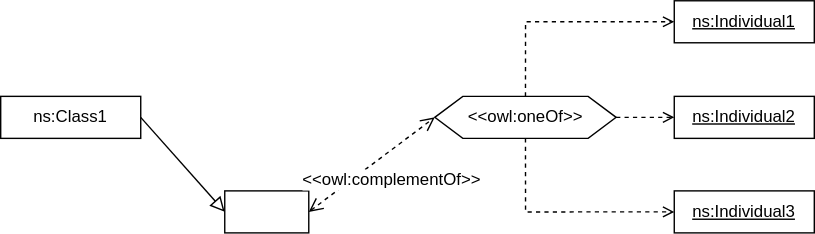
oeg-upm/chowlk_spec keeps this draw.io diagram as images/complement_enumeration.svg. Above is the earlier version. Source tidied: cells renumbered, new cells last; positions are measured from the earlier drawing's top-left corner, leaving out a move shared by most shapes.
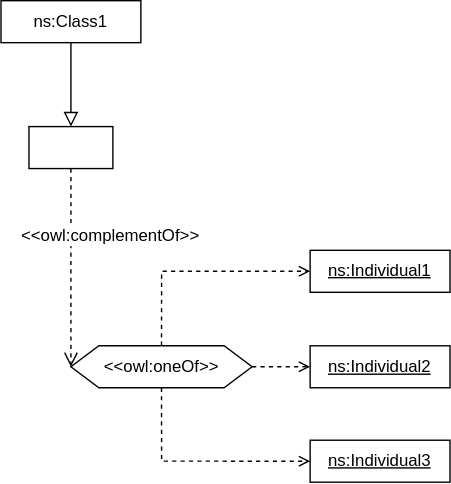
Later version of the same file.

Change to the diagram source:
```diff
@@ -2,6 +2,23 @@
   <root>
     <mxCell id="0" />
     <mxCell id="1" parent="0" />
+    <mxCell id="14" style="endArrow=block;html=1;fontColor=#000099;exitX=0.5;exitY=1;exitDx=0;exitDy=0;endFill=0;entryX=0.5;entryY=0;entryDx=0;entryDy=0;endSize=8;arcSize=0;rounded=0;" parent="1" edge="1" source="13" target="15">
+      <mxGeometry relative="1" as="geometry" />
+    </mxCell>
+    <mxCell id="15" style="rounded=0;whiteSpace=wrap;html=1;snapToPoint=1;points=[[0.1,0],[0.2,0],[0.3,0],[0.4,0],[0.5,0],[0.6,0],[0.7,0],[0.8,0],[0.9,0],[0,0.1],[0,0.3],[0,0.5],[0,0.7],[0,0.9],[0.1,1],[0.2,1],[0.3,1],[0.4,1],[0.5,1],[0.6,1],[0.7,1],[0.8,1],[0.9,1],[1,0.1],[1,0.3],[1,0.5],[1,0.7],[1,0.9]];" parent="1" vertex="1">
+      <mxGeometry x="280" y="-88.4" width="60" height="30" as="geometry" />
+    </mxCell>
+    <mxCell id="13" value="ns:Class1" style="rounded=0;whiteSpace=wrap;html=1;snapToPoint=1;points=[[0.1,0],[0.2,0],[0.3,0],[0.4,0],[0.5,0],[0.6,0],[0.7,0],[0.8,0],[0.9,0],[0,0.1],[0,0.3],[0,0.5],[0,0.7],[0,0.9],[0.1,1],[0.2,1],[0.3,1],[0.4,1],[0.5,1],[0.6,1],[0.7,1],[0.8,1],[0.9,1],[1,0.1],[1,0.3],[1,0.5],[1,0.7],[1,0.9]];" parent="1" vertex="1">
+      <mxGeometry x="260" y="-178.4" width="100" height="30" as="geometry" />
+    </mxCell>
+    <mxCell id="16" style="endArrow=open;html=1;fontColor=#000099;exitX=0.5;exitY=1;exitDx=0;exitDy=0;endFill=0;dashed=1;endSize=8;arcSize=0;startArrow=none;startFill=0;startSize=8;rounded=0;entryX=0;entryY=0.5;entryDx=0;entryDy=0;" parent="1" edge="1" source="15" target="5">
+      <mxGeometry relative="1" as="geometry" />
+    </mxCell>
+    <mxCell id="11" value="&amp;lt;&amp;lt;owl:complementOf&amp;gt;&amp;gt;" style="text;html=1;align=center;verticalAlign=middle;fontColor=#000000;labelBackgroundColor=#ffffff;" parent="16" vertex="1">
+      <mxGeometry x="-0.33" relative="1" as="geometry">
+        <mxPoint x="28" as="offset" />
+      </mxGeometry>
+    </mxCell>
     <mxCell id="2" value="&lt;u&gt;ns:Individual1&lt;/u&gt;" style="rounded=0;whiteSpace=wrap;html=1;snapToPoint=1;points=[[0.1,0],[0.2,0],[0.3,0],[0.4,0],[0.5,0],[0.6,0],[0.7,0],[0.8,0],[0.9,0],[0,0.1],[0,0.3],[0,0.5],[0,0.7],[0,0.9],[0.1,1],[0.2,1],[0.3,1],[0.4,1],[0.5,1],[0.6,1],[0.7,1],[0.8,1],[0.9,1],[1,0.1],[1,0.3],[1,0.5],[1,0.7],[1,0.9]];" parent="1" vertex="1">
       <mxGeometry x="481" width="100" height="30" as="geometry" />
     </mxCell>
@@ -23,22 +40,5 @@
     <mxCell id="8" style="rounded=0;jumpSize=4;jettySize=auto;html=1;dashed=1;endArrow=open;endFill=0;exitX=0.5;exitY=0;exitDx=0;exitDy=0;entryX=0;entryY=0.5;entryDx=0;entryDy=0;edgeStyle=orthogonalEdgeStyle;" parent="1" edge="1" source="5" target="2">
       <mxGeometry relative="1" as="geometry" />
     </mxCell>
-    <mxCell id="9" style="rounded=0;whiteSpace=wrap;html=1;snapToPoint=1;points=[[0.1,0],[0.2,0],[0.3,0],[0.4,0],[0.5,0],[0.6,0],[0.7,0],[0.8,0],[0.9,0],[0,0.1],[0,0.3],[0,0.5],[0,0.7],[0,0.9],[0.1,1],[0.2,1],[0.3,1],[0.4,1],[0.5,1],[0.6,1],[0.7,1],[0.8,1],[0.9,1],[1,0.1],[1,0.3],[1,0.5],[1,0.7],[1,0.9]];" parent="1" vertex="1">
-      <mxGeometry x="160" y="135.8" width="60" height="30" as="geometry" />
-    </mxCell>
-    <mxCell id="10" style="endArrow=open;html=1;fontColor=#000099;exitX=1;exitY=0.5;exitDx=0;exitDy=0;endFill=0;dashed=1;endSize=8;arcSize=0;startArrow=open;startFill=0;startSize=8;rounded=0;entryX=0;entryY=0.5;entryDx=0;entryDy=0;" parent="1" edge="1" source="9" target="5">
-      <mxGeometry relative="1" as="geometry" />
-    </mxCell>
-    <mxCell id="11" value="&amp;lt;&amp;lt;owl:complementOf&amp;gt;&amp;gt;" style="text;html=1;align=center;verticalAlign=middle;fontColor=#000000;labelBackgroundColor=#ffffff;" parent="10" vertex="1">
-      <mxGeometry x="-0.33" relative="1" as="geometry">
-        <mxPoint x="28" as="offset" />
-      </mxGeometry>
-    </mxCell>
-    <mxCell id="12" style="endArrow=block;html=1;fontColor=#000099;exitX=1;exitY=0.5;exitDx=0;exitDy=0;endFill=0;entryX=0;entryY=0.5;entryDx=0;entryDy=0;endSize=8;arcSize=0;rounded=0;" parent="1" edge="1" source="13" target="9">
-      <mxGeometry relative="1" as="geometry" />
-    </mxCell>
-    <mxCell id="13" value="ns:Class1" style="rounded=0;whiteSpace=wrap;html=1;snapToPoint=1;points=[[0.1,0],[0.2,0],[0.3,0],[0.4,0],[0.5,0],[0.6,0],[0.7,0],[0.8,0],[0.9,0],[0,0.1],[0,0.3],[0,0.5],[0,0.7],[0,0.9],[0.1,1],[0.2,1],[0.3,1],[0.4,1],[0.5,1],[0.6,1],[0.7,1],[0.8,1],[0.9,1],[1,0.1],[1,0.3],[1,0.5],[1,0.7],[1,0.9]];" parent="1" vertex="1">
-      <mxGeometry y="68.3" width="100" height="30" as="geometry" />
-    </mxCell>
   </root>
 </mxGraphModel>
```
